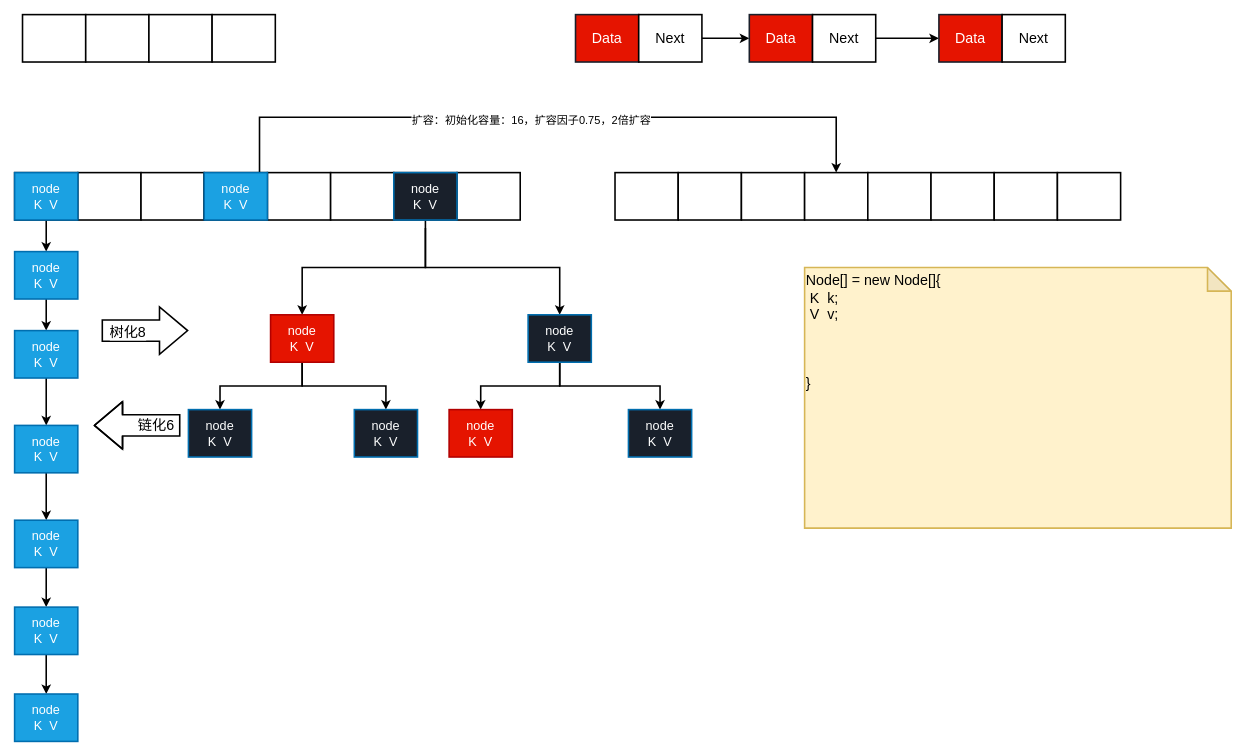
Above: Java.drawio in starzy1990/diagrams (draw.io), before the change. Source tidied: cells renumbered, new cells numbered last; positions are measured from the earlier drawing's top-left corner, leaving out a move shared by most shapes. Both pictures are drawn from the tidied source at 79%, with x=0, y=0 at pixel (14, 14).
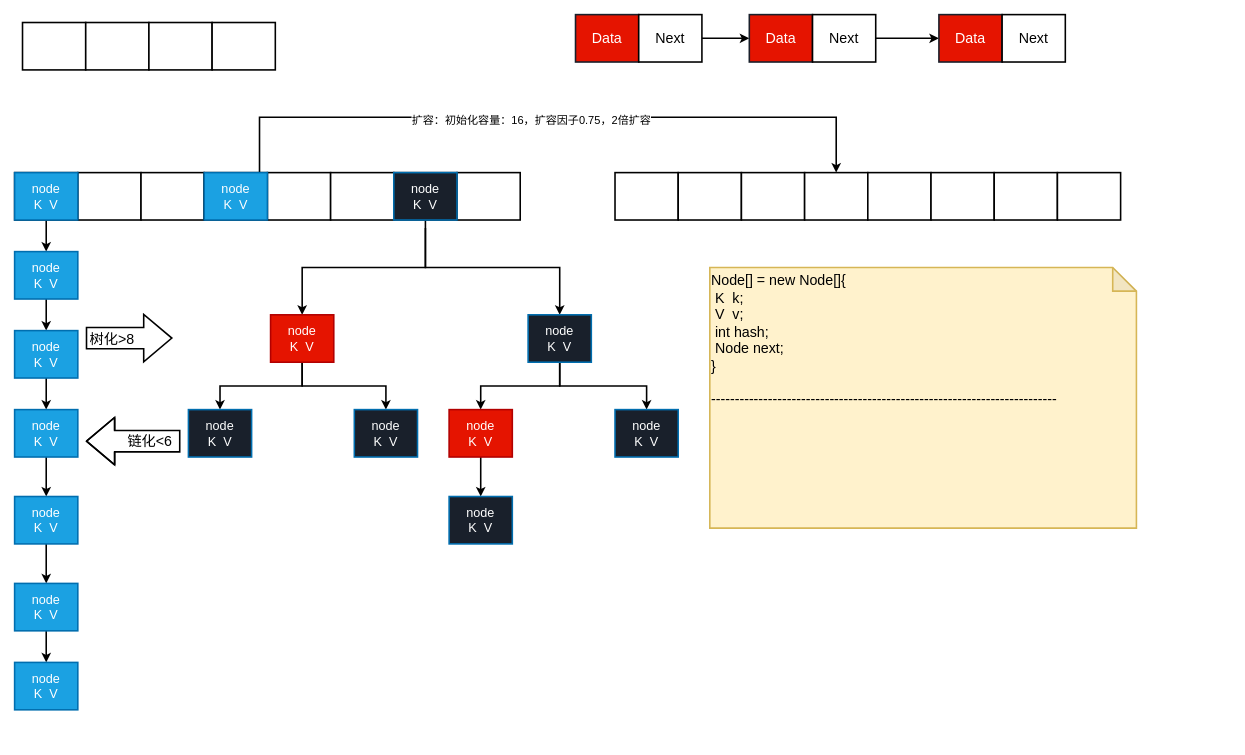
After the change.

The change refers to these unchanged cells:
```xml
<mxCell id="60" value="node&lt;br style=&quot;font-size: 16px;&quot;&gt;K&amp;nbsp; V" style="rounded=0;whiteSpace=wrap;html=1;strokeWidth=2;fillColor=#e51400;strokeColor=#B20000;fontColor=#ffffff;fontSize=16;" parent="1" vertex="1">
  <mxGeometry x="550" y="500" width="80" height="60" as="geometry" />
</mxCell>
```

What changed in the source:
```diff
@@
     <mxCell id="27" value="node&lt;br style=&quot;font-size: 16px;&quot;&gt;K&amp;nbsp; V" style="rounded=0;whiteSpace=wrap;html=1;strokeWidth=2;fillColor=#1ba1e2;strokeColor=#006EAF;fontColor=#ffffff;fontSize=16;" parent="1" vertex="1">
-      <mxGeometry y="520" width="80" height="60" as="geometry" />
+      <mxGeometry y="500" width="80" height="60" as="geometry" />
     </mxCell>
@@
     <mxCell id="29" value="node&lt;br style=&quot;font-size: 16px;&quot;&gt;K&amp;nbsp; V" style="rounded=0;whiteSpace=wrap;html=1;strokeWidth=2;fillColor=#1ba1e2;strokeColor=#006EAF;fontColor=#ffffff;fontSize=16;" parent="1" vertex="1">
-      <mxGeometry y="640" width="80" height="60" as="geometry" />
+      <mxGeometry y="610" width="80" height="60" as="geometry" />
     </mxCell>
@@
     <mxCell id="31" value="node&lt;br style=&quot;font-size: 16px;&quot;&gt;K&amp;nbsp; V" style="rounded=0;whiteSpace=wrap;html=1;strokeWidth=2;fillColor=#1ba1e2;strokeColor=#006EAF;fontColor=#ffffff;fontSize=16;" parent="1" vertex="1">
-      <mxGeometry y="750" width="80" height="60" as="geometry" />
+      <mxGeometry y="720" width="80" height="60" as="geometry" />
     </mxCell>
     <mxCell id="32" value="node&lt;br style=&quot;font-size: 16px;&quot;&gt;K&amp;nbsp; V" style="rounded=0;whiteSpace=wrap;html=1;strokeWidth=2;fillColor=#1ba1e2;strokeColor=#006EAF;fontColor=#ffffff;fontSize=16;" parent="1" vertex="1">
-      <mxGeometry y="860" width="80" height="60" as="geometry" />
+      <mxGeometry y="820" width="80" height="60" as="geometry" />
     </mxCell>
@@
     <mxCell id="41" style="rounded=0;whiteSpace=wrap;html=1;strokeWidth=2;fontSize=18;" parent="1" vertex="1">
-      <mxGeometry x="10" width="80" height="60" as="geometry" />
+      <mxGeometry x="10" y="10" width="80" height="60" as="geometry" />
     </mxCell>
     <mxCell id="42" style="rounded=0;whiteSpace=wrap;html=1;strokeWidth=2;fontSize=18;" parent="1" vertex="1">
-      <mxGeometry x="90" width="80" height="60" as="geometry" />
+      <mxGeometry x="90" y="10" width="80" height="60" as="geometry" />
     </mxCell>
     <mxCell id="43" style="rounded=0;whiteSpace=wrap;html=1;strokeWidth=2;fontSize=18;" parent="1" vertex="1">
-      <mxGeometry x="170" width="80" height="60" as="geometry" />
+      <mxGeometry x="170" y="10" width="80" height="60" as="geometry" />
     </mxCell>
     <mxCell id="44" style="rounded=0;whiteSpace=wrap;html=1;strokeWidth=2;fontSize=18;" parent="1" vertex="1">
-      <mxGeometry x="250" width="80" height="60" as="geometry" />
+      <mxGeometry x="250" y="10" width="80" height="60" as="geometry" />
     </mxCell>
@@
     <mxCell id="49" style="shape=flexArrow;endArrow=classic;html=1;rounded=0;fontSize=18;strokeWidth=2;width=26;endSize=11.2;endWidth=31;" parent="1" edge="1">
       <mxGeometry relative="1" as="geometry">
-        <mxPoint x="110" y="400" as="sourcePoint" />
-        <mxPoint x="220" y="400" as="targetPoint" />
+        <mxPoint x="90" y="409.5" as="sourcePoint" />
+        <mxPoint x="200" y="409.5" as="targetPoint" />
       </mxGeometry>
     </mxCell>
-    <mxCell id="50" value="树化8" style="edgeLabel;html=1;align=center;verticalAlign=middle;fontSize=18;" parent="49" vertex="1">
+    <mxCell id="50" value="树化&amp;gt;8" style="edgeLabel;html=1;align=center;verticalAlign=middle;fontSize=18;" parent="49" vertex="1">
       <mxGeometry x="-0.42" y="-1" relative="1" as="geometry" />
     </mxCell>
@@
     <mxCell id="59" value="node&lt;br style=&quot;font-size: 16px;&quot;&gt;K&amp;nbsp; V" style="rounded=0;whiteSpace=wrap;html=1;strokeWidth=2;fillColor=#19202B;strokeColor=#006EAF;fontColor=#ffffff;fontSize=16;" parent="1" vertex="1">
-      <mxGeometry x="777" y="500" width="80" height="60" as="geometry" />
+      <mxGeometry x="760" y="500" width="80" height="60" as="geometry" />
     </mxCell>
+    <mxCell id="64" style="edgeStyle=orthogonalEdgeStyle;rounded=0;jettySize=auto;html=1;entryX=0.5;entryY=0;entryDx=0;entryDy=0;fontSize=18;strokeWidth=2;" parent="1" edge="1" source="60" target="65">
+      <mxGeometry relative="1" as="geometry" />
+    </mxCell>
@@
     <mxCell id="61" style="shape=flexArrow;endArrow=classic;html=1;rounded=0;fontSize=18;strokeWidth=2;width=26;endSize=11.2;endWidth=31;" parent="1" edge="1">
       <mxGeometry relative="1" as="geometry">
-        <mxPoint x="210" y="520" as="sourcePoint" />
-        <mxPoint x="100" y="520" as="targetPoint" />
+        <mxPoint x="210" y="540" as="sourcePoint" />
+        <mxPoint x="90" y="540" as="targetPoint" />
         <Array as="points">
-          <mxPoint x="150" y="520" />
+          <mxPoint x="140" y="540" />
         </Array>
       </mxGeometry>
     </mxCell>
-    <mxCell id="62" value="链化6" style="edgeLabel;html=1;align=center;verticalAlign=middle;fontSize=18;" parent="61" vertex="1">
-      <mxGeometry x="-0.42" y="-1" relative="1" as="geometry" />
+    <mxCell id="62" value="链化&amp;lt;6" style="edgeLabel;html=1;align=center;verticalAlign=middle;fontSize=18;" parent="61" vertex="1">
+      <mxGeometry x="-0.42" y="-1" relative="1" as="geometry">
+        <mxPoint x="-5" as="offset" />
+      </mxGeometry>
     </mxCell>
-    <mxCell id="63" value="Node[] = new Node[]{&lt;br&gt;&lt;span style=&quot;white-space: pre&quot;&gt; &lt;/span&gt;K&amp;nbsp; k;&lt;br&gt;&lt;span style=&quot;white-space: pre&quot;&gt; &lt;/span&gt;V&amp;nbsp; v;&lt;br&gt;&lt;br&gt;&lt;br&gt;&lt;br&gt;}" style="shape=note;whiteSpace=wrap;html=1;backgroundOutline=1;darkOpacity=0.05;fontSize=18;strokeColor=#d6b656;strokeWidth=2;fillColor=#fff2cc;align=left;verticalAlign=top;" parent="1" vertex="1">
-      <mxGeometry x="1000" y="320" width="540" height="330" as="geometry" />
+    <mxCell id="63" value="Node[] = new Node[]{&lt;br&gt;&lt;span style=&quot;white-space: pre&quot;&gt; &lt;/span&gt;K&amp;nbsp; k;&lt;br&gt;&lt;span style=&quot;white-space: pre&quot;&gt; &lt;/span&gt;V&amp;nbsp; v;&lt;br&gt;&lt;span style=&quot;white-space: pre&quot;&gt; &lt;/span&gt;int hash;&lt;br&gt;&lt;span style=&quot;white-space: pre&quot;&gt; &lt;/span&gt;Node next;&lt;br&gt;}&lt;br&gt;&lt;br&gt;-------------------------------------------------------------------------&lt;br&gt;" style="shape=note;whiteSpace=wrap;html=1;backgroundOutline=1;darkOpacity=0.05;fontSize=18;strokeColor=#d6b656;strokeWidth=2;fillColor=#fff2cc;align=left;verticalAlign=top;" parent="1" vertex="1">
+      <mxGeometry x="880" y="320" width="540" height="330" as="geometry" />
     </mxCell>
+    <mxCell id="65" value="node&lt;br style=&quot;font-size: 16px;&quot;&gt;K&amp;nbsp; V" style="rounded=0;whiteSpace=wrap;html=1;strokeWidth=2;fillColor=#19202B;strokeColor=#006EAF;fontColor=#ffffff;fontSize=16;" parent="1" vertex="1">
+      <mxGeometry x="550" y="610" width="80" height="60" as="geometry" />
+    </mxCell>
```
